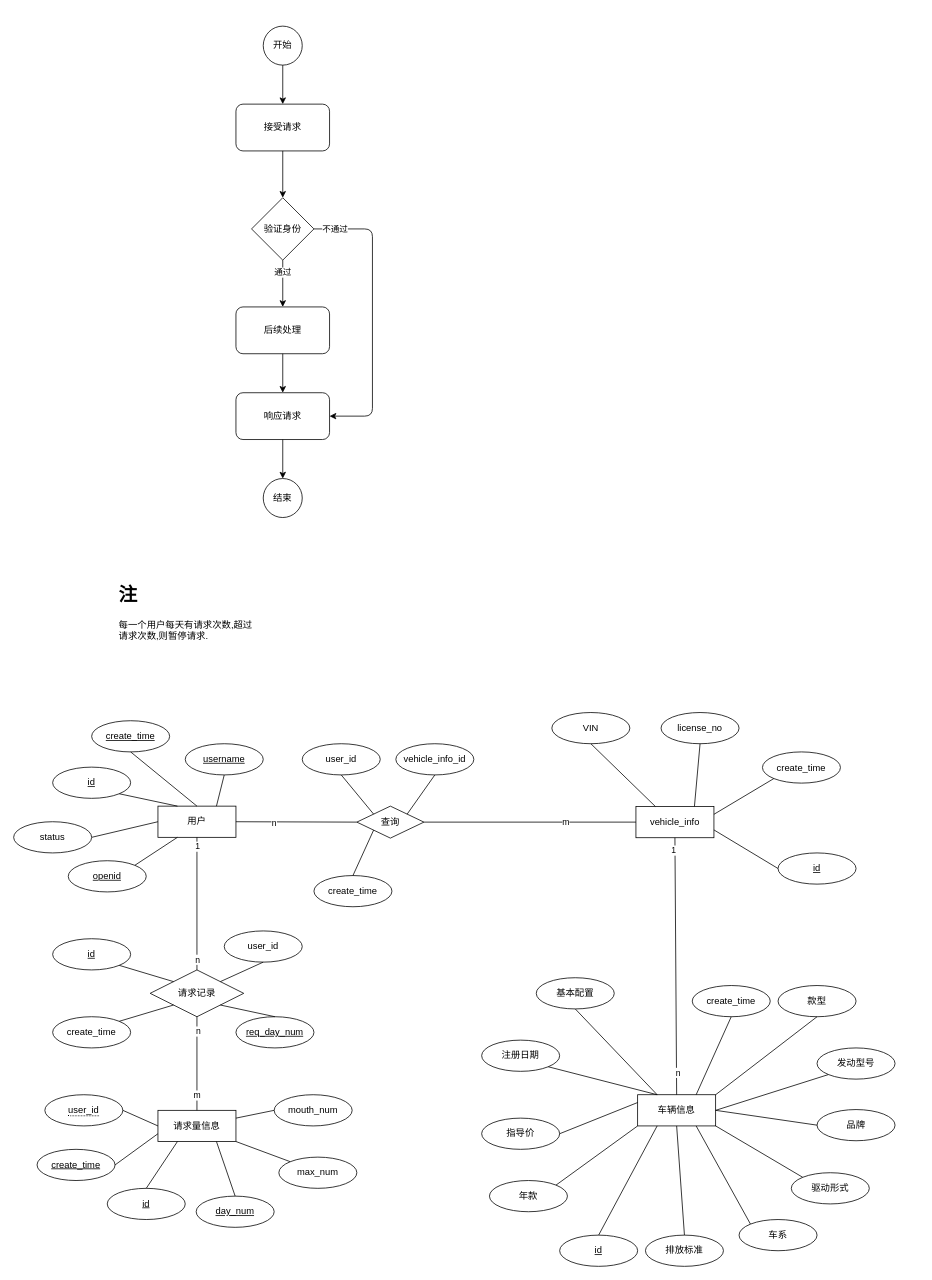
Before: apiproject.drawio in xlgp/static, a draw.io diagram. Source tidied: cells renumbered, new cells numbered last; positions are measured from the earlier drawing's top-left corner, leaving out a move shared by most shapes. Both pictures are drawn from the tidied source at 78%, with x=0, y=0 at pixel (13, 26).
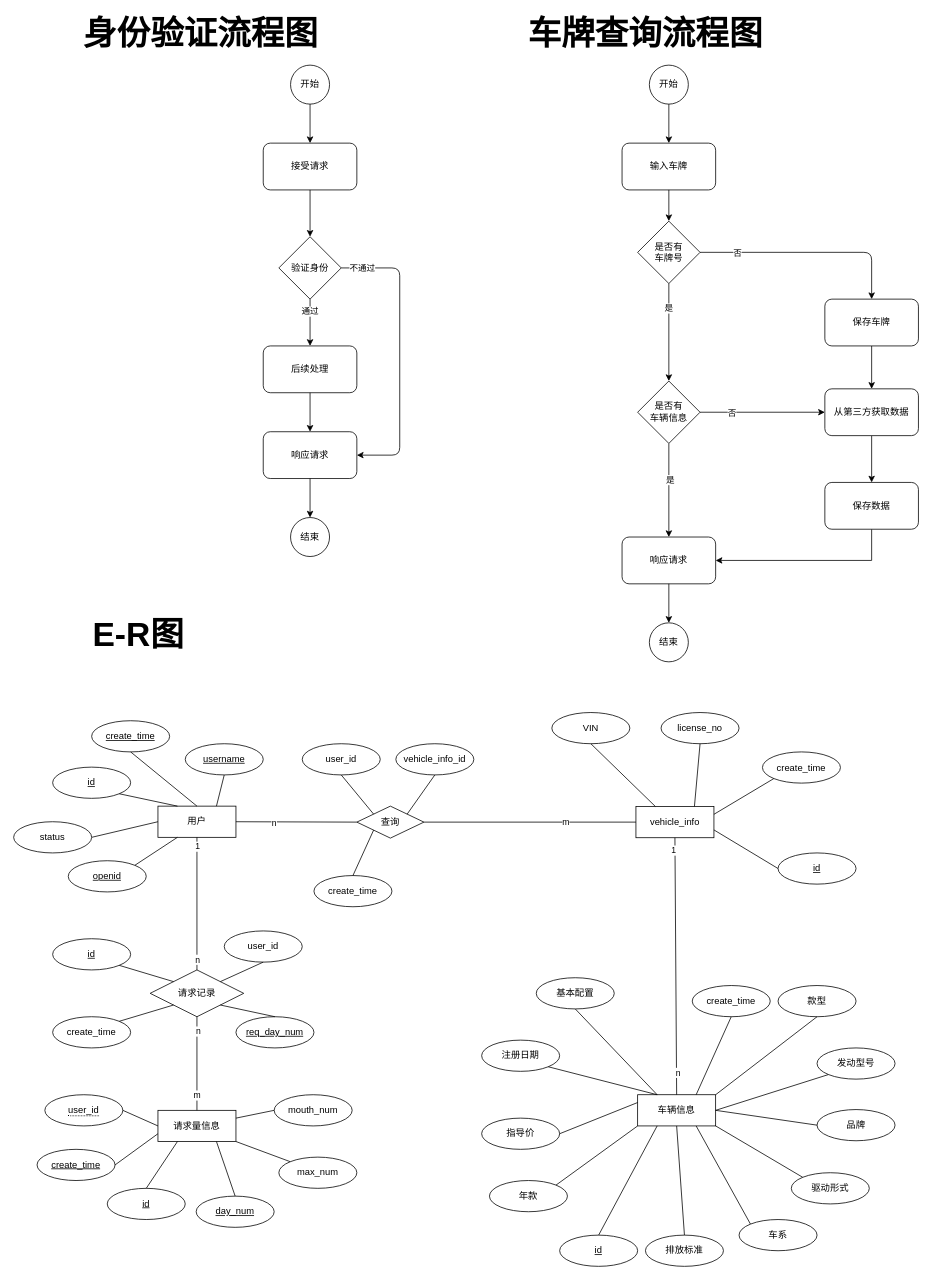
After the change.

Diff of the diagram source:
```diff
@@
     <mxCell id="2" value="开始" style="ellipse;whiteSpace=wrap;html=1;" parent="1" vertex="1">
-      <mxGeometry x="320" width="50" height="50" as="geometry" />
+      <mxGeometry x="355" y="50" width="50" height="50" as="geometry" />
     </mxCell>
     <mxCell id="3" value="结束" style="ellipse;whiteSpace=wrap;html=1;" parent="1" vertex="1">
-      <mxGeometry x="320" y="580" width="50" height="50" as="geometry" />
+      <mxGeometry x="355" y="630" width="50" height="50" as="geometry" />
     </mxCell>
     <mxCell id="4" value="接受请求" style="rounded=1;whiteSpace=wrap;html=1;" parent="1" vertex="1">
-      <mxGeometry x="285" y="100" width="120" height="60" as="geometry" />
+      <mxGeometry x="320" y="150" width="120" height="60" as="geometry" />
     </mxCell>
     <mxCell id="5" value="验证身份" style="rhombus;whiteSpace=wrap;html=1;" parent="1" vertex="1">
-      <mxGeometry x="305" y="220" width="80" height="80" as="geometry" />
+      <mxGeometry x="340" y="270" width="80" height="80" as="geometry" />
     </mxCell>
     <mxCell id="6" value="后续处理" style="rounded=1;whiteSpace=wrap;html=1;" parent="1" vertex="1">
-      <mxGeometry x="285" y="360" width="120" height="60" as="geometry" />
+      <mxGeometry x="320" y="410" width="120" height="60" as="geometry" />
     </mxCell>
     <mxCell id="7" style="endArrow=classic;html=1;exitX=1;exitY=0.5;exitDx=0;exitDy=0;entryX=1;entryY=0.5;entryDx=0;entryDy=0;" parent="1" edge="1" source="5" target="9">
       <mxGeometry relative="1" as="geometry">
         <Array as="points">
-          <mxPoint x="460" y="260" />
-          <mxPoint x="460" y="500" />
+          <mxPoint x="495" y="310" />
+          <mxPoint x="495" y="550" />
         </Array>
       </mxGeometry>
     </mxCell>
@@
     <mxCell id="9" value="响应请求" style="rounded=1;whiteSpace=wrap;html=1;" parent="1" vertex="1">
-      <mxGeometry x="285" y="470" width="120" height="60" as="geometry" />
+      <mxGeometry x="320" y="520" width="120" height="60" as="geometry" />
     </mxCell>
@@
-    <mxCell id="16" value="&lt;h1&gt;注&lt;/h1&gt;&lt;p&gt;每一个用户每天有请求次数,超过请求次数,则暂停请求.&lt;/p&gt;" style="text;html=1;strokeColor=none;fillColor=none;spacing=5;spacingTop=-20;whiteSpace=wrap;overflow=hidden;rounded=0;" parent="1" vertex="1">
-      <mxGeometry x="130" y="710" width="190" height="120" as="geometry" />
-    </mxCell>
@@
+    <mxCell id="104" value="&lt;b&gt;&lt;font style=&quot;font-size: 43px&quot;&gt;E-R图&lt;/font&gt;&lt;/b&gt;" style="text;html=1;strokeColor=none;fillColor=none;align=center;verticalAlign=middle;whiteSpace=wrap;rounded=0;" parent="1" vertex="1">
+      <mxGeometry x="70" y="770" width="180" height="20" as="geometry" />
+    </mxCell>
+    <mxCell id="105" value="&lt;b&gt;&lt;font style=&quot;font-size: 43px&quot;&gt;身份验证流程图&lt;/font&gt;&lt;/b&gt;" style="text;html=1;strokeColor=none;fillColor=none;align=center;verticalAlign=middle;whiteSpace=wrap;rounded=0;" parent="1" vertex="1">
+      <mxGeometry x="80" width="320" height="20" as="geometry" />
+    </mxCell>
+    <mxCell id="106" value="&lt;b&gt;&lt;font style=&quot;font-size: 43px&quot;&gt;车牌查询流程图&lt;/font&gt;&lt;/b&gt;" style="text;html=1;strokeColor=none;fillColor=none;align=center;verticalAlign=middle;whiteSpace=wrap;rounded=0;" parent="1" vertex="1">
+      <mxGeometry x="650" width="320" height="20" as="geometry" />
+    </mxCell>
+    <mxCell id="107" value="开始" style="ellipse;whiteSpace=wrap;html=1;" parent="1" vertex="1">
+      <mxGeometry x="815" y="50" width="50" height="50" as="geometry" />
+    </mxCell>
+    <mxCell id="108" value="结束" style="ellipse;whiteSpace=wrap;html=1;" parent="1" vertex="1">
+      <mxGeometry x="815" y="765" width="50" height="50" as="geometry" />
+    </mxCell>
+    <mxCell id="109" value="输入车牌" style="rounded=1;whiteSpace=wrap;html=1;" parent="1" vertex="1">
+      <mxGeometry x="780" y="150" width="120" height="60" as="geometry" />
+    </mxCell>
+    <mxCell id="110" value="是否有&lt;br&gt;车牌号" style="rhombus;whiteSpace=wrap;html=1;" parent="1" vertex="1">
+      <mxGeometry x="800" y="250" width="80" height="80" as="geometry" />
+    </mxCell>
+    <mxCell id="111" style="endArrow=classic;html=1;exitX=1;exitY=0.5;exitDx=0;exitDy=0;entryX=0.5;entryY=0;entryDx=0;entryDy=0;" parent="1" edge="1" source="110" target="125">
+      <mxGeometry relative="1" as="geometry">
+        <Array as="points">
+          <mxPoint x="1100" y="290" />
+        </Array>
+      </mxGeometry>
+    </mxCell>
+    <mxCell id="112" value="否" style="edgeLabel;html=1;align=center;verticalAlign=middle;" parent="111" vertex="1">
+      <mxGeometry x="-0.86" relative="1" as="geometry">
+        <mxPoint x="27" as="offset" />
+      </mxGeometry>
+    </mxCell>
+    <mxCell id="113" value="响应请求" style="rounded=1;whiteSpace=wrap;html=1;" parent="1" vertex="1">
+      <mxGeometry x="780" y="655" width="120" height="60" as="geometry" />
+    </mxCell>
+    <mxCell id="114" style="endArrow=classic;html=1;exitX=0.5;exitY=1;exitDx=0;exitDy=0;entryX=0.5;entryY=0;entryDx=0;entryDy=0;" parent="1" edge="1" source="110" target="123">
+      <mxGeometry relative="1" as="geometry" />
+    </mxCell>
+    <mxCell id="115" value="是" style="edgeLabel;html=1;align=center;verticalAlign=middle;" parent="114" vertex="1">
+      <mxGeometry x="-0.51" y="-1" relative="1" as="geometry" />
+    </mxCell>
+    <mxCell id="116" style="endArrow=classic;html=1;exitX=0.5;exitY=1;exitDx=0;exitDy=0;entryX=0.5;entryY=0;entryDx=0;entryDy=0;" parent="1" edge="1" source="109" target="110">
+      <mxGeometry relative="1" as="geometry" />
+    </mxCell>
+    <mxCell id="117" style="endArrow=classic;html=1;entryX=0.5;entryY=0;entryDx=0;entryDy=0;" parent="1" edge="1" source="123" target="113">
+      <mxGeometry relative="1" as="geometry" />
+    </mxCell>
+    <mxCell id="118" value="是" style="edgeLabel;html=1;align=center;verticalAlign=middle;" parent="117" vertex="1">
+      <mxGeometry x="-0.24" y="1" relative="1" as="geometry" />
+    </mxCell>
+    <mxCell id="119" style="endArrow=classic;html=1;exitX=0.5;exitY=1;exitDx=0;exitDy=0;entryX=0.5;entryY=0;entryDx=0;entryDy=0;" parent="1" edge="1" source="107" target="109">
+      <mxGeometry relative="1" as="geometry" />
+    </mxCell>
+    <mxCell id="120" style="endArrow=classic;html=1;exitX=0.5;exitY=1;exitDx=0;exitDy=0;entryX=0.5;entryY=0;entryDx=0;entryDy=0;" parent="1" edge="1" source="113" target="108">
+      <mxGeometry relative="1" as="geometry" />
+    </mxCell>
+    <mxCell id="121" style="edgeStyle=orthogonalEdgeStyle;rounded=0;jettySize=auto;html=1;entryX=0;entryY=0.5;entryDx=0;entryDy=0;" parent="1" edge="1" source="123" target="127">
+      <mxGeometry relative="1" as="geometry" />
+    </mxCell>
+    <mxCell id="122" value="否" style="edgeLabel;html=1;align=center;verticalAlign=middle;" parent="121" vertex="1">
+      <mxGeometry x="-0.71" relative="1" as="geometry">
+        <mxPoint x="17" as="offset" />
+      </mxGeometry>
+    </mxCell>
+    <mxCell id="123" value="是否有&lt;br&gt;车辆信息" style="rhombus;whiteSpace=wrap;html=1;" parent="1" vertex="1">
+      <mxGeometry x="800" y="455" width="80" height="80" as="geometry" />
+    </mxCell>
+    <mxCell id="124" style="edgeStyle=orthogonalEdgeStyle;rounded=0;jettySize=auto;html=1;entryX=0.5;entryY=0;entryDx=0;entryDy=0;" parent="1" edge="1" source="125" target="127">
+      <mxGeometry relative="1" as="geometry" />
+    </mxCell>
+    <mxCell id="125" value="保存车牌" style="rounded=1;whiteSpace=wrap;html=1;" parent="1" vertex="1">
+      <mxGeometry x="1040" y="350" width="120" height="60" as="geometry" />
+    </mxCell>
+    <mxCell id="126" style="edgeStyle=orthogonalEdgeStyle;rounded=0;jettySize=auto;html=1;" parent="1" edge="1" source="127" target="129">
+      <mxGeometry relative="1" as="geometry" />
+    </mxCell>
+    <mxCell id="127" value="从第三方获取数据" style="rounded=1;whiteSpace=wrap;html=1;" parent="1" vertex="1">
+      <mxGeometry x="1040" y="465" width="120" height="60" as="geometry" />
+    </mxCell>
+    <mxCell id="128" style="edgeStyle=orthogonalEdgeStyle;rounded=0;jettySize=auto;html=1;entryX=1;entryY=0.5;entryDx=0;entryDy=0;" parent="1" edge="1" source="129" target="113">
+      <mxGeometry relative="1" as="geometry">
+        <Array as="points">
+          <mxPoint x="1100" y="685" />
+        </Array>
+      </mxGeometry>
+    </mxCell>
+    <mxCell id="129" value="保存数据" style="rounded=1;whiteSpace=wrap;html=1;" parent="1" vertex="1">
+      <mxGeometry x="1040" y="585" width="120" height="60" as="geometry" />
+    </mxCell>
```
